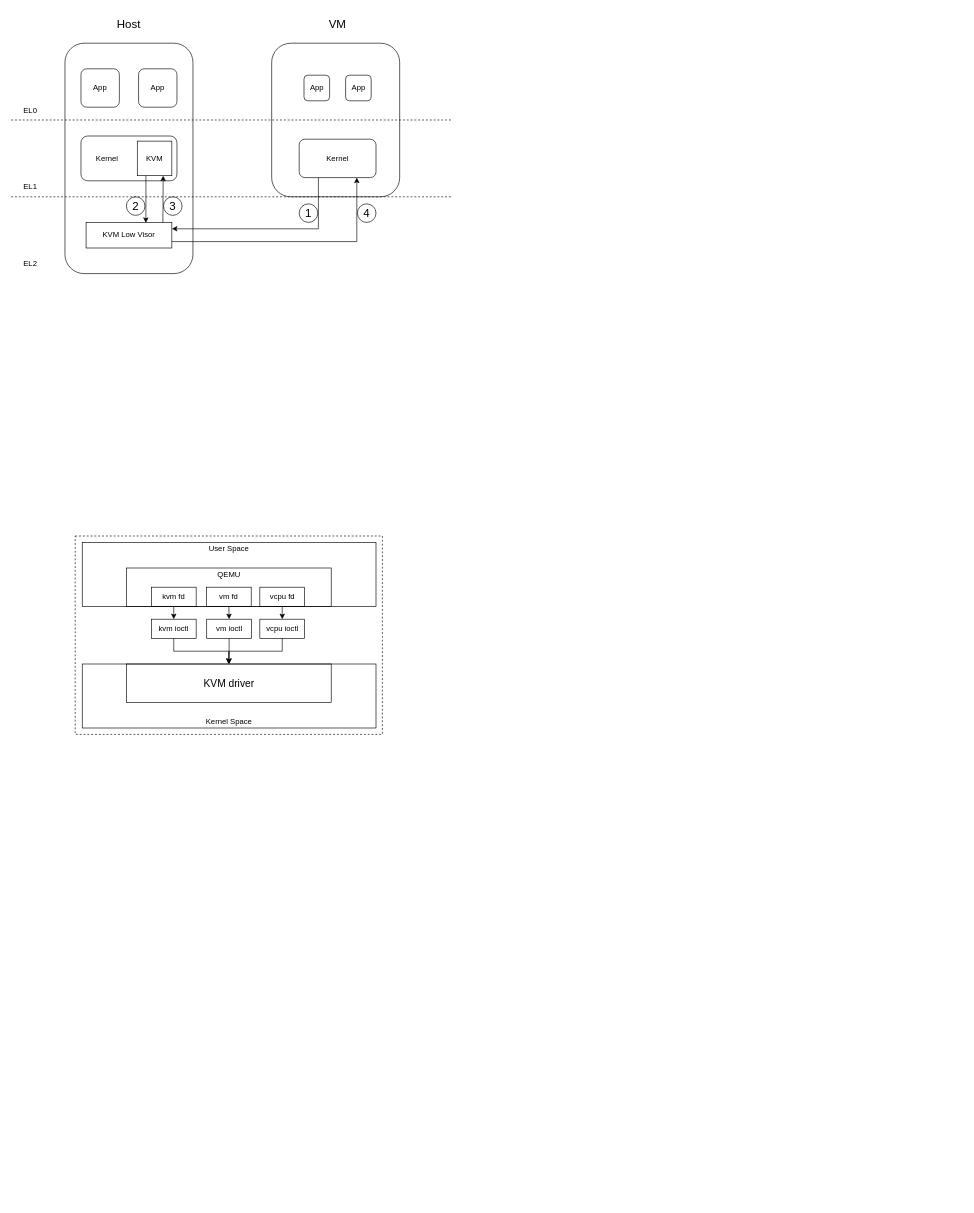
Before: arm-kvm.drawio in EdisonE3/vue_learn, a draw.io diagram. Source tidied: cells renumbered, new cells numbered last; positions are measured from the earlier drawing's top-left corner, leaving out a move shared by most shapes. Both pictures are drawn from the tidied source at 64%, with x=0, y=0 at pixel (11, 11).
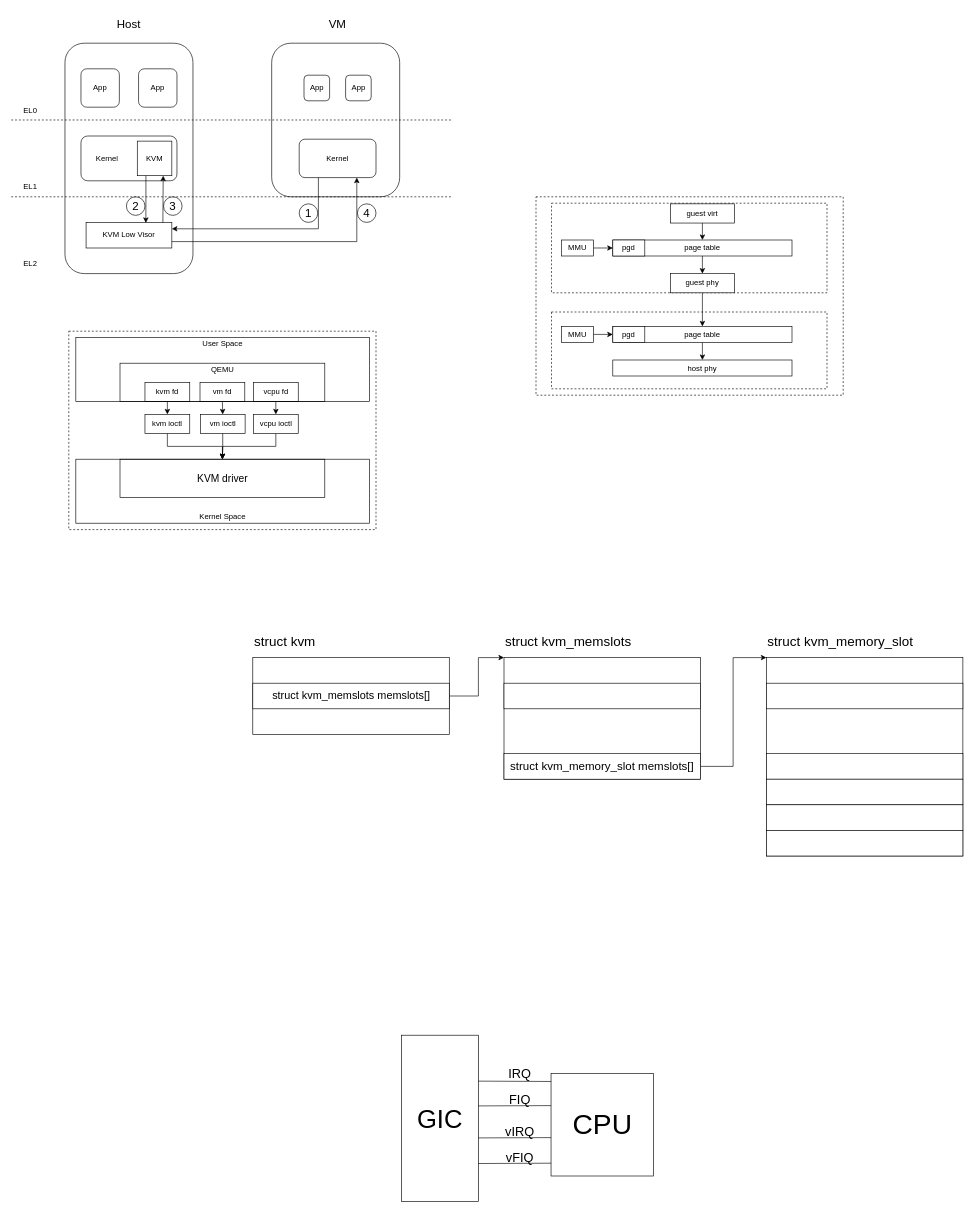
Above is the later version.

Change to the diagram source:
```diff
@@
     <mxCell id="28" style="rounded=0;whiteSpace=wrap;html=1;fillColor=none;dashed=1;" parent="1" vertex="1">
-      <mxGeometry x="100" y="820" width="480" height="310" as="geometry" />
+      <mxGeometry x="90" y="500" width="480" height="310" as="geometry" />
     </mxCell>
     <mxCell id="29" style="rounded=0;whiteSpace=wrap;html=1;fillColor=none;" parent="1" vertex="1">
-      <mxGeometry x="111" y="830" width="459" height="100" as="geometry" />
+      <mxGeometry x="101" y="510" width="459" height="100" as="geometry" />
     </mxCell>
     <mxCell id="30" style="rounded=0;whiteSpace=wrap;html=1;fillColor=none;" parent="1" vertex="1">
-      <mxGeometry x="111" y="1020" width="459" height="100" as="geometry" />
+      <mxGeometry x="101" y="700" width="459" height="100" as="geometry" />
     </mxCell>
     <mxCell id="31" style="rounded=0;whiteSpace=wrap;html=1;fillColor=none;" parent="1" vertex="1">
-      <mxGeometry x="180" y="870" width="320" height="60" as="geometry" />
+      <mxGeometry x="170" y="550" width="320" height="60" as="geometry" />
     </mxCell>
     <mxCell id="32" style="rounded=0;whiteSpace=wrap;html=1;fillColor=none;" parent="1" vertex="1">
-      <mxGeometry x="180" y="1020" width="320" height="60" as="geometry" />
+      <mxGeometry x="170" y="700" width="320" height="60" as="geometry" />
     </mxCell>
@@
     <mxCell id="34" value="kvm fd" style="rounded=0;whiteSpace=wrap;html=1;fillColor=none;" parent="1" vertex="1">
-      <mxGeometry x="219" y="900" width="70" height="30" as="geometry" />
+      <mxGeometry x="209" y="580" width="70" height="30" as="geometry" />
     </mxCell>
@@
     <mxCell id="36" value="vm fd" style="rounded=0;whiteSpace=wrap;html=1;fillColor=none;" parent="1" vertex="1">
-      <mxGeometry x="305" y="900" width="70" height="30" as="geometry" />
+      <mxGeometry x="295" y="580" width="70" height="30" as="geometry" />
     </mxCell>
@@
     <mxCell id="38" value="vcpu fd" style="rounded=0;whiteSpace=wrap;html=1;fillColor=none;" parent="1" vertex="1">
-      <mxGeometry x="388.5" y="900" width="70" height="30" as="geometry" />
+      <mxGeometry x="378.5" y="580" width="70" height="30" as="geometry" />
     </mxCell>
     <mxCell id="39" style="edgeStyle=orthogonalEdgeStyle;rounded=0;jettySize=auto;html=1;exitX=0.5;exitY=1;exitDx=0;exitDy=0;entryX=0.5;entryY=0;entryDx=0;entryDy=0;fontSize=16;" parent="1" edge="1" source="40" target="32">
       <mxGeometry relative="1" as="geometry">
         <Array as="points">
-          <mxPoint x="254" y="1000" />
-          <mxPoint x="340" y="1000" />
+          <mxPoint x="244" y="680" />
+          <mxPoint x="330" y="680" />
         </Array>
       </mxGeometry>
     </mxCell>
     <mxCell id="40" value="kvm ioctl" style="rounded=0;whiteSpace=wrap;html=1;fillColor=none;" parent="1" vertex="1">
-      <mxGeometry x="219" y="950" width="70" height="30" as="geometry" />
+      <mxGeometry x="209" y="630" width="70" height="30" as="geometry" />
     </mxCell>
@@
     <mxCell id="42" value="vm ioctl" style="rounded=0;whiteSpace=wrap;html=1;fillColor=none;" parent="1" vertex="1">
-      <mxGeometry x="305.5" y="950" width="70" height="30" as="geometry" />
+      <mxGeometry x="295.5" y="630" width="70" height="30" as="geometry" />
     </mxCell>
     <mxCell id="43" style="edgeStyle=orthogonalEdgeStyle;rounded=0;jettySize=auto;html=1;exitX=0.5;exitY=1;exitDx=0;exitDy=0;fontSize=16;" parent="1" edge="1" source="44">
       <mxGeometry relative="1" as="geometry">
-        <mxPoint x="340" y="1020" as="targetPoint" />
+        <mxPoint x="330" y="700" as="targetPoint" />
       </mxGeometry>
     </mxCell>
     <mxCell id="44" value="vcpu ioctl" style="rounded=0;whiteSpace=wrap;html=1;fillColor=none;" parent="1" vertex="1">
-      <mxGeometry x="388.5" y="950" width="70" height="30" as="geometry" />
+      <mxGeometry x="378.5" y="630" width="70" height="30" as="geometry" />
     </mxCell>
     <mxCell id="45" value="QEMU" style="text;html=1;strokeColor=none;fillColor=none;align=center;verticalAlign=middle;whiteSpace=wrap;rounded=0;" parent="1" vertex="1">
-      <mxGeometry x="292.5" y="870" width="95" height="20" as="geometry" />
+      <mxGeometry x="282.5" y="550" width="95" height="20" as="geometry" />
     </mxCell>
     <mxCell id="46" value="&lt;font style=&quot;font-size: 16px;&quot;&gt;KVM driver&lt;/font&gt;" style="text;html=1;strokeColor=none;fillColor=none;align=center;verticalAlign=middle;whiteSpace=wrap;rounded=0;" parent="1" vertex="1">
-      <mxGeometry x="292.5" y="1035" width="95" height="30" as="geometry" />
+      <mxGeometry x="282.5" y="715" width="95" height="30" as="geometry" />
     </mxCell>
     <mxCell id="47" value="Kernel Space" style="text;html=1;strokeColor=none;fillColor=none;align=center;verticalAlign=middle;whiteSpace=wrap;rounded=0;" parent="1" vertex="1">
-      <mxGeometry x="292.5" y="1100" width="95" height="20" as="geometry" />
+      <mxGeometry x="282.5" y="780" width="95" height="20" as="geometry" />
     </mxCell>
     <mxCell id="48" value="User Space" style="text;html=1;strokeColor=none;fillColor=none;align=center;verticalAlign=middle;whiteSpace=wrap;rounded=0;" parent="1" vertex="1">
-      <mxGeometry x="292.5" y="830" width="95" height="20" as="geometry" />
+      <mxGeometry x="282.5" y="510" width="95" height="20" as="geometry" />
     </mxCell>
+    <mxCell id="49" style="rounded=0;whiteSpace=wrap;html=1;fillColor=none;dashed=1;" parent="1" vertex="1">
+      <mxGeometry x="820" y="290" width="480" height="310" as="geometry" />
+    </mxCell>
+    <mxCell id="50" style="rounded=0;whiteSpace=wrap;html=1;fillColor=none;dashed=1;" parent="1" vertex="1">
+      <mxGeometry x="844.2" y="300" width="430.5" height="140" as="geometry" />
+    </mxCell>
+    <mxCell id="51" style="rounded=0;whiteSpace=wrap;html=1;fillColor=none;dashed=1;" parent="1" vertex="1">
+      <mxGeometry x="844.2" y="470" width="430.5" height="120" as="geometry" />
+    </mxCell>
+    <mxCell id="52" style="edgeStyle=orthogonalEdgeStyle;rounded=0;jettySize=auto;html=1;exitX=1;exitY=0.5;exitDx=0;exitDy=0;entryX=0;entryY=0.5;entryDx=0;entryDy=0;" parent="1" edge="1" source="53" target="56">
+      <mxGeometry relative="1" as="geometry" />
+    </mxCell>
+    <mxCell id="53" value="MMU" style="rounded=0;whiteSpace=wrap;html=1;" parent="1" vertex="1">
+      <mxGeometry x="860" y="357.5" width="50" height="25" as="geometry" />
+    </mxCell>
+    <mxCell id="54" style="edgeStyle=orthogonalEdgeStyle;rounded=0;jettySize=auto;html=1;exitX=0.5;exitY=1;exitDx=0;exitDy=0;entryX=0.5;entryY=0;entryDx=0;entryDy=0;" parent="1" edge="1" source="55" target="58">
+      <mxGeometry relative="1" as="geometry" />
+    </mxCell>
+    <mxCell id="55" value="page table" style="rounded=0;whiteSpace=wrap;html=1;" parent="1" vertex="1">
+      <mxGeometry x="940" y="357.5" width="280" height="25" as="geometry" />
+    </mxCell>
+    <mxCell id="56" value="pgd" style="rounded=0;whiteSpace=wrap;html=1;" parent="1" vertex="1">
+      <mxGeometry x="940" y="357.5" width="50" height="25" as="geometry" />
+    </mxCell>
+    <mxCell id="57" style="edgeStyle=orthogonalEdgeStyle;rounded=0;jettySize=auto;html=1;exitX=0.5;exitY=1;exitDx=0;exitDy=0;entryX=0.5;entryY=0;entryDx=0;entryDy=0;" parent="1" edge="1" source="58" target="64">
+      <mxGeometry relative="1" as="geometry" />
+    </mxCell>
+    <mxCell id="58" value="guest phy" style="rounded=0;whiteSpace=wrap;html=1;" parent="1" vertex="1">
+      <mxGeometry x="1030" y="410" width="100" height="30" as="geometry" />
+    </mxCell>
+    <mxCell id="59" style="edgeStyle=orthogonalEdgeStyle;rounded=0;jettySize=auto;html=1;exitX=0.5;exitY=1;exitDx=0;exitDy=0;entryX=0.5;entryY=0;entryDx=0;entryDy=0;" parent="1" edge="1" source="60" target="55">
+      <mxGeometry relative="1" as="geometry" />
+    </mxCell>
+    <mxCell id="60" value="guest virt" style="rounded=0;whiteSpace=wrap;html=1;" parent="1" vertex="1">
+      <mxGeometry x="1030" y="301" width="100" height="30" as="geometry" />
+    </mxCell>
+    <mxCell id="61" style="edgeStyle=orthogonalEdgeStyle;rounded=0;jettySize=auto;html=1;exitX=1;exitY=0.5;exitDx=0;exitDy=0;entryX=0;entryY=0.5;entryDx=0;entryDy=0;" parent="1" edge="1" source="62" target="65">
+      <mxGeometry relative="1" as="geometry" />
+    </mxCell>
+    <mxCell id="62" value="MMU" style="rounded=0;whiteSpace=wrap;html=1;" parent="1" vertex="1">
+      <mxGeometry x="860" y="492.5" width="50" height="25" as="geometry" />
+    </mxCell>
+    <mxCell id="63" style="edgeStyle=orthogonalEdgeStyle;rounded=0;jettySize=auto;html=1;exitX=0.5;exitY=1;exitDx=0;exitDy=0;entryX=0.5;entryY=0;entryDx=0;entryDy=0;" parent="1" edge="1" source="64" target="66">
+      <mxGeometry relative="1" as="geometry" />
+    </mxCell>
+    <mxCell id="64" value="page table" style="rounded=0;whiteSpace=wrap;html=1;" parent="1" vertex="1">
+      <mxGeometry x="940" y="492.5" width="280" height="25" as="geometry" />
+    </mxCell>
+    <mxCell id="65" value="pgd" style="rounded=0;whiteSpace=wrap;html=1;" parent="1" vertex="1">
+      <mxGeometry x="940" y="492.5" width="50" height="25" as="geometry" />
+    </mxCell>
+    <mxCell id="66" value="host phy" style="rounded=0;whiteSpace=wrap;html=1;" parent="1" vertex="1">
+      <mxGeometry x="940" y="545" width="280" height="25" as="geometry" />
+    </mxCell>
+    <mxCell id="67" style="rounded=0;whiteSpace=wrap;html=1;" parent="1" vertex="1">
+      <mxGeometry x="377.5" y="1010" width="307" height="120" as="geometry" />
+    </mxCell>
+    <mxCell id="68" style="edgeStyle=orthogonalEdgeStyle;rounded=0;jettySize=auto;html=1;exitX=1;exitY=0.5;exitDx=0;exitDy=0;fontSize=18;entryX=0;entryY=0;entryDx=0;entryDy=0;" parent="1" edge="1" source="69" target="70">
+      <mxGeometry relative="1" as="geometry">
+        <Array as="points">
+          <mxPoint x="730" y="1070" />
+          <mxPoint x="730" y="1010" />
+        </Array>
+      </mxGeometry>
+    </mxCell>
+    <mxCell id="69" value="&lt;font style=&quot;font-size: 17px;&quot;&gt;struct kvm_memslots memslots[]&lt;/font&gt;" style="rounded=0;whiteSpace=wrap;html=1;" parent="1" vertex="1">
+      <mxGeometry x="377.5" y="1050" width="307" height="40" as="geometry" />
+    </mxCell>
+    <mxCell id="70" style="rounded=0;whiteSpace=wrap;html=1;" parent="1" vertex="1">
+      <mxGeometry x="770" y="1010" width="307" height="190" as="geometry" />
+    </mxCell>
+    <mxCell id="71" style="rounded=0;whiteSpace=wrap;html=1;" parent="1" vertex="1">
+      <mxGeometry x="770" y="1050" width="307" height="40" as="geometry" />
+    </mxCell>
+    <mxCell id="72" style="edgeStyle=orthogonalEdgeStyle;rounded=0;jettySize=auto;html=1;exitX=1;exitY=0.5;exitDx=0;exitDy=0;entryX=0;entryY=0;entryDx=0;entryDy=0;fontSize=18;" parent="1" edge="1" source="73" target="74">
+      <mxGeometry relative="1" as="geometry">
+        <Array as="points">
+          <mxPoint x="1128" y="1180" />
+          <mxPoint x="1128" y="1010" />
+        </Array>
+      </mxGeometry>
+    </mxCell>
+    <mxCell id="73" value="&lt;font style=&quot;font-size: 18px;&quot;&gt;struct kvm_memory_slot memslots[]&lt;/font&gt;" style="rounded=0;whiteSpace=wrap;html=1;" parent="1" vertex="1">
+      <mxGeometry x="770" y="1160" width="307" height="40" as="geometry" />
+    </mxCell>
+    <mxCell id="74" style="rounded=0;whiteSpace=wrap;html=1;" parent="1" vertex="1">
+      <mxGeometry x="1180" y="1010" width="307" height="310" as="geometry" />
+    </mxCell>
+    <mxCell id="75" style="rounded=0;whiteSpace=wrap;html=1;" parent="1" vertex="1">
+      <mxGeometry x="1180" y="1050" width="307" height="40" as="geometry" />
+    </mxCell>
+    <mxCell id="76" style="rounded=0;whiteSpace=wrap;html=1;" parent="1" vertex="1">
+      <mxGeometry x="1180" y="1160" width="307" height="40" as="geometry" />
+    </mxCell>
+    <mxCell id="77" style="rounded=0;whiteSpace=wrap;html=1;" parent="1" vertex="1">
+      <mxGeometry x="1180" y="1200" width="307" height="40" as="geometry" />
+    </mxCell>
+    <mxCell id="78" style="rounded=0;whiteSpace=wrap;html=1;" parent="1" vertex="1">
+      <mxGeometry x="1180" y="1240" width="307" height="40" as="geometry" />
+    </mxCell>
+    <mxCell id="79" style="rounded=0;whiteSpace=wrap;html=1;" parent="1" vertex="1">
+      <mxGeometry x="1180" y="1280" width="307" height="40" as="geometry" />
+    </mxCell>
+    <mxCell id="80" value="&lt;font style=&quot;font-size: 21px;&quot;&gt;struct kvm&lt;/font&gt;" style="text;html=1;strokeColor=none;fillColor=none;align=left;verticalAlign=middle;whiteSpace=wrap;rounded=0;" parent="1" vertex="1">
+      <mxGeometry x="378" y="970" width="156" height="30" as="geometry" />
+    </mxCell>
+    <mxCell id="81" value="&lt;font style=&quot;font-size: 21px;&quot;&gt;struct kvm_memslots&lt;/font&gt;" style="text;html=1;strokeColor=none;fillColor=none;align=left;verticalAlign=middle;whiteSpace=wrap;rounded=0;" parent="1" vertex="1">
+      <mxGeometry x="770" y="970" width="280" height="30" as="geometry" />
+    </mxCell>
+    <mxCell id="82" value="&lt;font style=&quot;font-size: 21px;&quot;&gt;struct kvm_memory_slot&lt;/font&gt;" style="text;html=1;strokeColor=none;fillColor=none;align=left;verticalAlign=middle;whiteSpace=wrap;rounded=0;" parent="1" vertex="1">
+      <mxGeometry x="1180" y="970" width="280" height="30" as="geometry" />
+    </mxCell>
+    <mxCell id="83" value="CPU" style="whiteSpace=wrap;html=1;fontSize=44;" parent="1" vertex="1">
+      <mxGeometry x="843.5" y="1660" width="160" height="160" as="geometry" />
+    </mxCell>
+    <mxCell id="84" value="&lt;font style=&quot;font-size: 40px;&quot;&gt;GIC&lt;/font&gt;" style="rounded=0;whiteSpace=wrap;html=1;fontSize=18;" parent="1" vertex="1">
+      <mxGeometry x="610" y="1600" width="120" height="260" as="geometry" />
+    </mxCell>
+    <mxCell id="85" style="endArrow=none;html=1;rounded=0;fontSize=44;exitX=0.999;exitY=0.276;exitDx=0;exitDy=0;exitPerimeter=0;entryX=0.001;entryY=0.077;entryDx=0;entryDy=0;entryPerimeter=0;" parent="1" edge="1" source="84" target="83">
+      <mxGeometry relative="1" as="geometry" />
+    </mxCell>
+    <mxCell id="86" style="endArrow=none;html=1;rounded=0;fontSize=44;exitX=0.999;exitY=0.276;exitDx=0;exitDy=0;exitPerimeter=0;entryX=0.001;entryY=0.077;entryDx=0;entryDy=0;entryPerimeter=0;" parent="1" edge="1">
+      <mxGeometry relative="1" as="geometry">
+        <mxPoint x="729.7" y="1710.5" as="sourcePoint" />
+        <mxPoint x="843.5" y="1710" as="targetPoint" />
+      </mxGeometry>
+    </mxCell>
+    <mxCell id="87" style="endArrow=none;html=1;rounded=0;fontSize=44;exitX=0.999;exitY=0.276;exitDx=0;exitDy=0;exitPerimeter=0;entryX=0.001;entryY=0.077;entryDx=0;entryDy=0;entryPerimeter=0;" parent="1" edge="1">
+      <mxGeometry relative="1" as="geometry">
+        <mxPoint x="729.7" y="1760.5" as="sourcePoint" />
+        <mxPoint x="843.5" y="1760" as="targetPoint" />
+      </mxGeometry>
+    </mxCell>
+    <mxCell id="88" style="endArrow=none;html=1;rounded=0;fontSize=44;exitX=0.999;exitY=0.276;exitDx=0;exitDy=0;exitPerimeter=0;entryX=0.001;entryY=0.077;entryDx=0;entryDy=0;entryPerimeter=0;" parent="1" edge="1">
+      <mxGeometry relative="1" as="geometry">
+        <mxPoint x="729.7" y="1800.5" as="sourcePoint" />
+        <mxPoint x="843.5" y="1800" as="targetPoint" />
+      </mxGeometry>
+    </mxCell>
+    <mxCell id="89" value="IRQ" style="text;html=1;strokeColor=none;fillColor=none;align=center;verticalAlign=middle;whiteSpace=wrap;rounded=0;fontSize=20;" parent="1" vertex="1">
+      <mxGeometry x="760" y="1650" width="70" height="20" as="geometry" />
+    </mxCell>
+    <mxCell id="90" value="FIQ" style="text;html=1;strokeColor=none;fillColor=none;align=center;verticalAlign=middle;whiteSpace=wrap;rounded=0;fontSize=20;" parent="1" vertex="1">
+      <mxGeometry x="760" y="1690" width="70" height="20" as="geometry" />
+    </mxCell>
+    <mxCell id="91" value="vIRQ" style="text;html=1;strokeColor=none;fillColor=none;align=center;verticalAlign=middle;whiteSpace=wrap;rounded=0;fontSize=20;" parent="1" vertex="1">
+      <mxGeometry x="760" y="1740" width="70" height="20" as="geometry" />
+    </mxCell>
+    <mxCell id="92" value="vFIQ" style="text;html=1;strokeColor=none;fillColor=none;align=center;verticalAlign=middle;whiteSpace=wrap;rounded=0;fontSize=20;" parent="1" vertex="1">
+      <mxGeometry x="760" y="1780" width="70" height="20" as="geometry" />
+    </mxCell>
```
